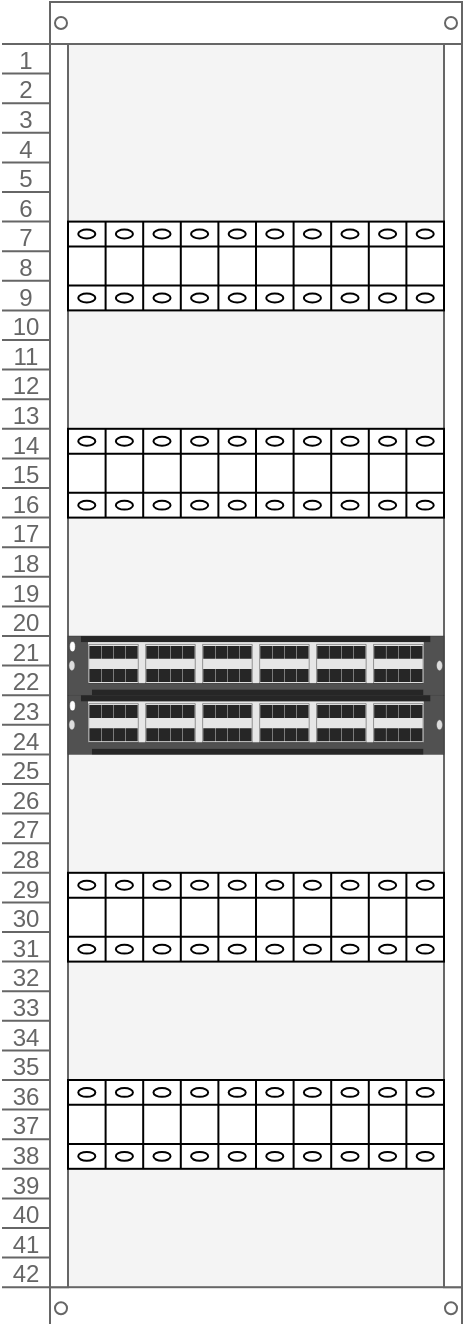
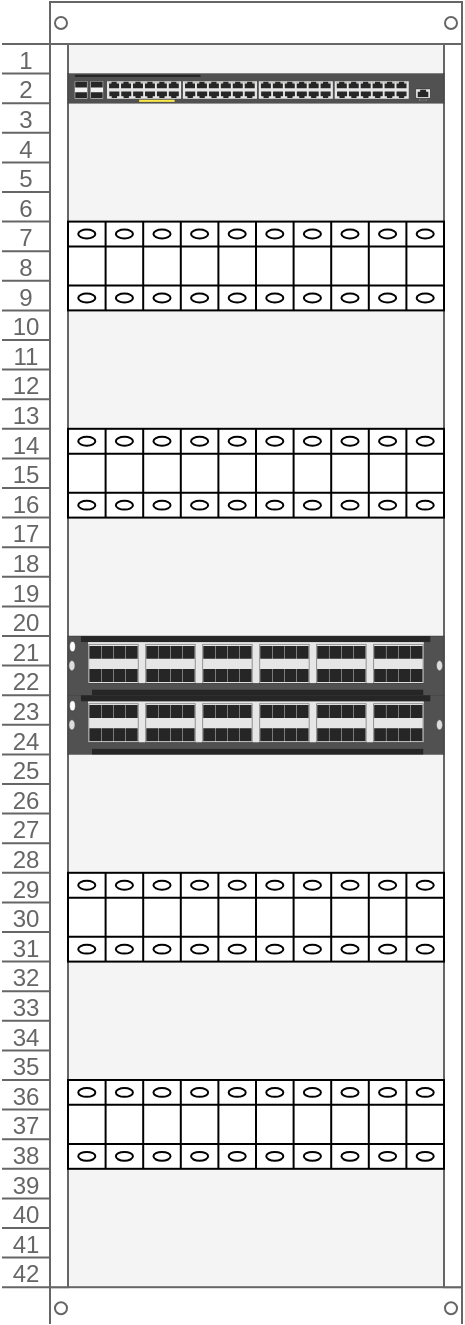
<mxfile host="app.diagrams.net" agent="Mozilla/5.0 (Windows NT 10.0; Win64; x64) AppleWebKit/537.36 (KHTML, like Gecko) Chrome/149.0.0.0 Safari/537.36 Edg/149.0.0.0" version="29.6.0">
  <diagram name="第 1 页" id="bMlra93rLXf8aHpUUbwS">
    <mxGraphModel dx="1522" dy="851" grid="1" gridSize="10" guides="1" tooltips="1" connect="1" arrows="1" fold="1" page="1" pageScale="1" pageWidth="827" pageHeight="1169" math="0" shadow="0">
      <root>
        <mxCell id="0" />
        <mxCell id="1" parent="0" />
        <mxCell id="CBrnijoh_UYb23txmF0t-12" parent="1" style="strokeColor=#666666;html=1;verticalLabelPosition=bottom;labelBackgroundColor=#ffffff;verticalAlign=top;outlineConnect=0;shadow=0;dashed=0;shape=mxgraph.rackGeneral.rackCabinet3;rackUnitSize=14.8;fillColor2=#f4f4f4;container=1;collapsible=0;childLayout=rack;allowGaps=1;marginLeft=33;marginRight=9;marginTop=21;marginBottom=22;textColor=#666666;numDisp=ascend;" value="" vertex="1">
          <mxGeometry height="660" width="230" x="100" y="230" as="geometry" />
+         </mxCell>
+         <mxCell id="WlJNjYvlanqxR5sRMBXt-1" parent="CBrnijoh_UYb23txmF0t-12" style="html=1;verticalLabelPosition=bottom;verticalAlign=top;outlineConnect=0;shadow=0;dashed=0;shape=mxgraph.rack.hpe_aruba.switches.jl262a_aruba_2930f_48g_poeplus_4sfp_switch;" value="" vertex="1">
+           <mxGeometry height="14.8" width="188" x="33" y="35.8" as="geometry" />
        </mxCell>
        <mxCell id="CBrnijoh_UYb23txmF0t-61" parent="CBrnijoh_UYb23txmF0t-12" style="verticalLabelPosition=bottom;dashed=0;shadow=0;html=1;align=center;verticalAlign=top;shape=mxgraph.cabinets.terminal_40mm2_x10;" value="&lt;span style=&quot;color: rgba(0, 0, 0, 0); font-family: monospace; font-size: 0px; text-align: start;&quot;&gt;%3CmxGraphModel%3E%3Croot%3E%3CmxCell%20id%3D%220%22%2F%3E%3CmxCell%20id%3D%221%22%20parent%3D%220%22%2F%3E%3CmxCell%20id%3D%222%22%20parent%3D%221%22%20style%3D%22html%3D1%3BverticalLabelPosition%3Dbottom%3BverticalAlign%3Dtop%3BoutlineConnect%3D0%3Bshadow%3D0%3Bdashed%3D0%3Bshape%3Dmxgraph.rack.hpe_aruba.switches.r0x44_aruba_6400_48p_10g_25g_sfp28_module%3B%22%20value%3D%22%22%20vertex%3D%221%22%3E%3CmxGeometry%20height%3D%2229.6%22%20width%3D%22188%22%20x%3D%22133%22%20y%3D%22473%22%20as%3D%22geometry%22%2F%3E%3C%2FmxCell%3E%3C%2Froot%3E%3C%2FmxGraphModel%3E&lt;/span&gt;" vertex="1">
          <mxGeometry height="44.400000000000006" width="188" x="33" y="109.80000000000001" as="geometry" />
        </mxCell>
        <mxCell id="CBrnijoh_UYb23txmF0t-60" parent="CBrnijoh_UYb23txmF0t-12" style="verticalLabelPosition=bottom;dashed=0;shadow=0;html=1;align=center;verticalAlign=top;shape=mxgraph.cabinets.terminal_40mm2_x10;" value="&lt;span style=&quot;color: rgba(0, 0, 0, 0); font-family: monospace; font-size: 0px; text-align: start;&quot;&gt;%3CmxGraphModel%3E%3Croot%3E%3CmxCell%20id%3D%220%22%2F%3E%3CmxCell%20id%3D%221%22%20parent%3D%220%22%2F%3E%3CmxCell%20id%3D%222%22%20parent%3D%221%22%20style%3D%22html%3D1%3BverticalLabelPosition%3Dbottom%3BverticalAlign%3Dtop%3BoutlineConnect%3D0%3Bshadow%3D0%3Bdashed%3D0%3Bshape%3Dmxgraph.rack.hpe_aruba.switches.r0x44_aruba_6400_48p_10g_25g_sfp28_module%3B%22%20value%3D%22%22%20vertex%3D%221%22%3E%3CmxGeometry%20height%3D%2229.6%22%20width%3D%22188%22%20x%3D%22133%22%20y%3D%22473%22%20as%3D%22geometry%22%2F%3E%3C%2FmxCell%3E%3C%2Froot%3E%3C%2FmxGraphModel%3E&lt;/span&gt;" vertex="1">
          <mxGeometry height="44.400000000000006" width="188" x="33" y="213.4" as="geometry" />
        </mxCell>
        <mxCell id="CBrnijoh_UYb23txmF0t-55" parent="CBrnijoh_UYb23txmF0t-12" style="html=1;verticalLabelPosition=bottom;verticalAlign=top;outlineConnect=0;shadow=0;dashed=0;shape=mxgraph.rack.hpe_aruba.switches.r0x44_aruba_6400_48p_10g_25g_sfp28_module;" value="" vertex="1">
          <mxGeometry height="29.6" width="188" x="33" y="317" as="geometry" />
        </mxCell>
        <mxCell id="CBrnijoh_UYb23txmF0t-59" parent="CBrnijoh_UYb23txmF0t-12" style="html=1;verticalLabelPosition=bottom;verticalAlign=top;outlineConnect=0;shadow=0;dashed=0;shape=mxgraph.rack.hpe_aruba.switches.r0x44_aruba_6400_48p_10g_25g_sfp28_module;" value="" vertex="1">
          <mxGeometry height="29.6" width="188" x="33" y="346.6" as="geometry" />
        </mxCell>
        <mxCell id="CBrnijoh_UYb23txmF0t-21" parent="CBrnijoh_UYb23txmF0t-12" style="verticalLabelPosition=bottom;dashed=0;shadow=0;html=1;align=center;verticalAlign=top;shape=mxgraph.cabinets.terminal_40mm2_x10;" value="&lt;span style=&quot;color: rgba(0, 0, 0, 0); font-family: monospace; font-size: 0px; text-align: start;&quot;&gt;%3CmxGraphModel%3E%3Croot%3E%3CmxCell%20id%3D%220%22%2F%3E%3CmxCell%20id%3D%221%22%20parent%3D%220%22%2F%3E%3CmxCell%20id%3D%222%22%20parent%3D%221%22%20style%3D%22html%3D1%3BverticalLabelPosition%3Dbottom%3BverticalAlign%3Dtop%3BoutlineConnect%3D0%3Bshadow%3D0%3Bdashed%3D0%3Bshape%3Dmxgraph.rack.hpe_aruba.switches.r0x44_aruba_6400_48p_10g_25g_sfp28_module%3B%22%20value%3D%22%22%20vertex%3D%221%22%3E%3CmxGeometry%20height%3D%2229.6%22%20width%3D%22188%22%20x%3D%22133%22%20y%3D%22473%22%20as%3D%22geometry%22%2F%3E%3C%2FmxCell%3E%3C%2Froot%3E%3C%2FmxGraphModel%3E&lt;/span&gt;" vertex="1">
          <mxGeometry height="44.400000000000006" width="188" x="33" y="435.40000000000003" as="geometry" />
        </mxCell>
        <mxCell id="CBrnijoh_UYb23txmF0t-58" parent="CBrnijoh_UYb23txmF0t-12" style="verticalLabelPosition=bottom;dashed=0;shadow=0;html=1;align=center;verticalAlign=top;shape=mxgraph.cabinets.terminal_40mm2_x10;" value="" vertex="1">
          <mxGeometry height="44.400000000000006" width="188" x="33" y="539" as="geometry" />
        </mxCell>
      </root>
    </mxGraphModel>
  </diagram>
</mxfile>
